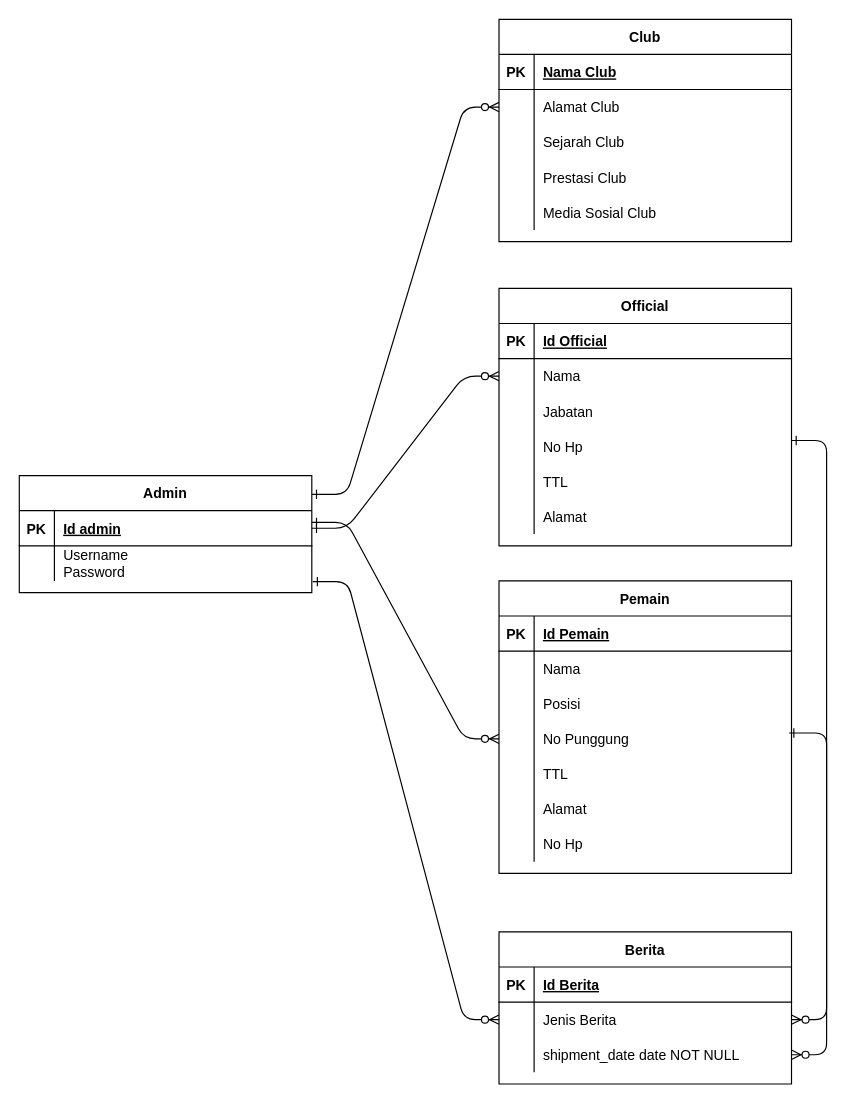
Earlier version of the draw.io diagram Pertemuan3/Untitled Diagram.drawio (rayhantsaury/IF214002). Source tidied: cells renumbered, new cells numbered last; positions are measured from the earlier drawing's top-left corner, leaving out a move shared by most shapes. Both pictures are drawn from the tidied source at 117%, with x=0, y=0 at pixel (19, 19).
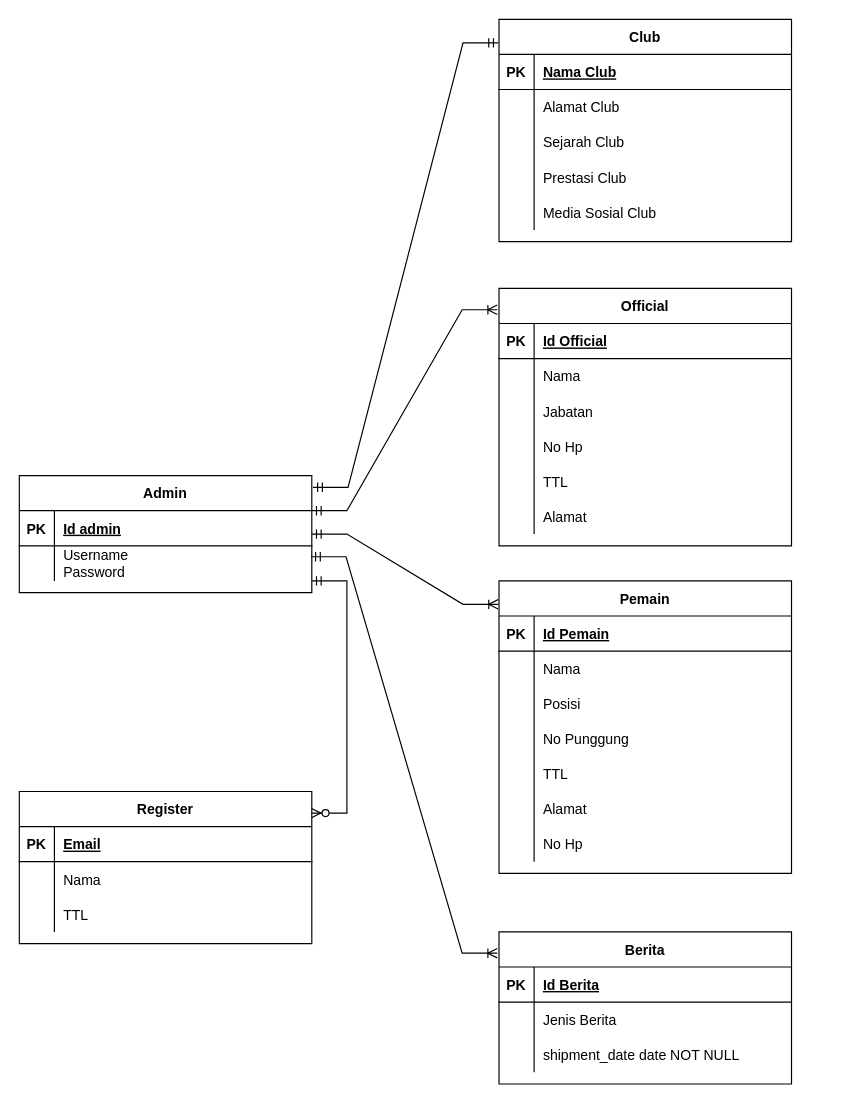
Above is the later version.

Unchanged cells that the change refers to:
```xml
<mxCell id="4" value="Club" style="shape=table;startSize=30;childLayout=tableLayout;rowLines=0;fontStyle=1;align=center;" parent="1" vertex="1">
  <mxGeometry x="410" width="250" height="190" as="geometry" />
</mxCell>
<mxCell id="8" style="shape=partialRectangle;fillColor=none;points=[[0,0.5],[1,0.5]];portConstraint=eastwest;top=0;left=0;right=0;bottom=0;" parent="4" vertex="1">
  <mxGeometry y="60" width="250" height="30" as="geometry" />
</mxCell>
<mxCell id="20" value="Official" style="shape=table;startSize=30;childLayout=tableLayout;rowLines=0;fontStyle=1;align=center;" parent="1" vertex="1">
  <mxGeometry x="410" y="230" width="250" height="220" as="geometry" />
</mxCell>
<mxCell id="24" style="shape=partialRectangle;fillColor=none;points=[[0,0.5],[1,0.5]];portConstraint=eastwest;top=0;left=0;right=0;bottom=0;" parent="20" vertex="1">
  <mxGeometry y="60" width="250" height="30" as="geometry" />
</mxCell>
<mxCell id="39" value="Admin" style="shape=table;startSize=30;childLayout=tableLayout;rowLines=0;fontStyle=1;align=center;" parent="1" vertex="1">
  <mxGeometry y="390" width="250" height="100" as="geometry" />
</mxCell>
<mxCell id="40" style="shape=partialRectangle;fillColor=none;points=[[0,0.5],[1,0.5]];portConstraint=eastwest;top=0;left=0;right=0;bottom=1;" parent="39" vertex="1">
  <mxGeometry y="30" width="250" height="30" as="geometry" />
</mxCell>
<mxCell id="43" style="shape=partialRectangle;fillColor=none;points=[[0,0.5],[1,0.5]];portConstraint=eastwest;top=0;left=0;right=0;bottom=0;" parent="39" vertex="1">
  <mxGeometry y="60" width="250" height="30" as="geometry" />
</mxCell>
<mxCell id="46" value="Berita" style="shape=table;startSize=30;childLayout=tableLayout;rowLines=0;fontStyle=1;align=center;" parent="1" vertex="1">
  <mxGeometry x="410" y="780" width="250" height="130" as="geometry" />
</mxCell>
<mxCell id="50" style="shape=partialRectangle;fillColor=none;points=[[0,0.5],[1,0.5]];portConstraint=eastwest;top=0;left=0;right=0;bottom=0;" parent="46" vertex="1">
  <mxGeometry y="60" width="250" height="30" as="geometry" />
</mxCell>
<mxCell id="53" style="shape=partialRectangle;fillColor=none;points=[[0,0.5],[1,0.5]];portConstraint=eastwest;top=0;left=0;right=0;bottom=0;" parent="46" vertex="1">
  <mxGeometry y="90" width="250" height="30" as="geometry" />
</mxCell>
<mxCell id="59" value="Pemain" style="shape=table;startSize=30;childLayout=tableLayout;rowLines=0;fontStyle=1;align=center;" parent="1" vertex="1">
  <mxGeometry x="410" y="480" width="250" height="250" as="geometry" />
</mxCell>
```

Diff of the diagram source:
```diff
@@
-    <mxCell id="2" style="edgeStyle=entityRelationEdgeStyle;endArrow=ERzeroToMany;startArrow=ERone;endFill=1;startFill=0;exitX=1;exitY=0.16;exitDx=0;exitDy=0;exitPerimeter=0;" parent="1" edge="1" source="39" target="8">
-      <mxGeometry relative="1" as="geometry" />
-    </mxCell>
-    <mxCell id="3" style="edgeStyle=entityRelationEdgeStyle;endArrow=ERzeroToMany;startArrow=ERone;endFill=1;startFill=0;entryX=1;entryY=0.5;entryDx=0;entryDy=0;" parent="1" edge="1" target="53">
-      <mxGeometry relative="1" as="geometry">
-        <mxPoint x="660" y="360" as="sourcePoint" />
-      </mxGeometry>
-    </mxCell>
@@
-    <mxCell id="56" style="edgeStyle=entityRelationEdgeStyle;endArrow=ERzeroToMany;startArrow=ERone;endFill=1;startFill=0;exitX=1;exitY=0.5;exitDx=0;exitDy=0;entryX=0;entryY=0.5;entryDx=0;entryDy=0;" parent="1" edge="1" source="40" target="24">
-      <mxGeometry relative="1" as="geometry" />
-    </mxCell>
-    <mxCell id="57" style="edgeStyle=entityRelationEdgeStyle;endArrow=ERzeroToMany;startArrow=ERone;endFill=1;startFill=0;entryX=0;entryY=0.5;entryDx=0;entryDy=0;" parent="1" edge="1">
-      <mxGeometry relative="1" as="geometry">
-        <mxPoint x="250" y="430" as="sourcePoint" />
-        <mxPoint x="410" y="615" as="targetPoint" />
-      </mxGeometry>
-    </mxCell>
-    <mxCell id="58" style="edgeStyle=entityRelationEdgeStyle;endArrow=ERzeroToMany;startArrow=ERone;endFill=1;startFill=0;exitX=1.003;exitY=1.022;exitDx=0;exitDy=0;entryX=0;entryY=0.5;entryDx=0;entryDy=0;exitPerimeter=0;" parent="1" edge="1" source="43" target="50">
-      <mxGeometry relative="1" as="geometry" />
-    </mxCell>
@@
-    <mxCell id="81" style="edgeStyle=entityRelationEdgeStyle;endArrow=ERzeroToMany;startArrow=ERone;endFill=1;startFill=0;" parent="1" edge="1" target="50">
-      <mxGeometry relative="1" as="geometry">
-        <mxPoint x="658" y="610" as="sourcePoint" />
-      </mxGeometry>
-    </mxCell>
+    <mxCell id="82" style="edgeStyle=entityRelationEdgeStyle;fontSize=12;html=1;endArrow=ERmandOne;startArrow=ERmandOne;rounded=0;entryX=-0.003;entryY=0.106;entryDx=0;entryDy=0;entryPerimeter=0;" parent="1" edge="1" target="4">
+      <mxGeometry relative="1" as="geometry">
+        <mxPoint x="251" y="400" as="sourcePoint" />
+      </mxGeometry>
+    </mxCell>
+    <mxCell id="83" style="edgeStyle=entityRelationEdgeStyle;fontSize=12;html=1;endArrow=ERoneToMany;startArrow=ERmandOne;rounded=0;entryX=-0.006;entryY=0.083;entryDx=0;entryDy=0;entryPerimeter=0;" parent="1" edge="1" target="20">
+      <mxGeometry relative="1" as="geometry">
+        <mxPoint x="250" y="420" as="sourcePoint" />
+      </mxGeometry>
+    </mxCell>
+    <mxCell id="84" style="edgeStyle=entityRelationEdgeStyle;fontSize=12;html=1;endArrow=ERoneToMany;startArrow=ERmandOne;rounded=0;entryX=-0.003;entryY=0.08;entryDx=0;entryDy=0;entryPerimeter=0;" parent="1" edge="1" target="59">
+      <mxGeometry relative="1" as="geometry">
+        <mxPoint x="250" y="440" as="sourcePoint" />
+      </mxGeometry>
+    </mxCell>
+    <mxCell id="85" style="edgeStyle=entityRelationEdgeStyle;fontSize=12;html=1;endArrow=ERoneToMany;startArrow=ERmandOne;rounded=0;entryX=-0.006;entryY=0.14;entryDx=0;entryDy=0;entryPerimeter=0;exitX=0.997;exitY=0.311;exitDx=0;exitDy=0;exitPerimeter=0;" parent="1" edge="1" source="43" target="46">
+      <mxGeometry relative="1" as="geometry" />
+    </mxCell>
+    <mxCell id="86" value="Register" style="shape=table;startSize=30;childLayout=tableLayout;rowLines=0;fontStyle=1;align=center;" parent="1" vertex="1">
+      <mxGeometry y="660" width="250" height="130" as="geometry" />
+    </mxCell>
+    <mxCell id="87" style="shape=partialRectangle;fillColor=none;top=0;left=0;right=0;bottom=1;" parent="86" vertex="1">
+      <mxGeometry y="30" width="250" height="30" as="geometry" />
+    </mxCell>
+    <mxCell id="88" value="PK" style="shape=partialRectangle;overflow=hidden;fillColor=none;top=0;left=0;bottom=0;right=0;fontStyle=1;" parent="87" vertex="1">
+      <mxGeometry width="30" height="30" as="geometry" />
+    </mxCell>
+    <mxCell id="89" value="Email" style="shape=partialRectangle;overflow=hidden;fillColor=none;top=0;left=0;bottom=0;right=0;align=left;spacingLeft=6;fontStyle=5;" parent="87" vertex="1">
+      <mxGeometry x="30" width="220" height="30" as="geometry" />
+    </mxCell>
+    <mxCell id="90" style="shape=partialRectangle;fillColor=none;top=0;left=0;right=0;bottom=0;" parent="86" vertex="1">
+      <mxGeometry y="60" width="250" height="30" as="geometry" />
+    </mxCell>
+    <mxCell id="91" style="shape=partialRectangle;overflow=hidden;fillColor=none;top=0;left=0;bottom=0;right=0;" parent="90" vertex="1">
+      <mxGeometry width="30" height="30" as="geometry" />
+    </mxCell>
+    <mxCell id="92" value="Nama" style="shape=partialRectangle;overflow=hidden;fillColor=none;top=0;left=0;bottom=0;right=0;align=left;spacingLeft=6;" parent="90" vertex="1">
+      <mxGeometry x="30" width="220" height="30" as="geometry" />
+    </mxCell>
+    <mxCell id="93" style="shape=partialRectangle;fillColor=none;top=0;left=0;right=0;bottom=0;" parent="86" vertex="1">
+      <mxGeometry y="90" width="250" height="30" as="geometry" />
+    </mxCell>
+    <mxCell id="94" style="shape=partialRectangle;overflow=hidden;fillColor=none;top=0;left=0;bottom=0;right=0;" parent="93" vertex="1">
+      <mxGeometry width="30" height="30" as="geometry" />
+    </mxCell>
+    <mxCell id="95" value="TTL" style="shape=partialRectangle;overflow=hidden;fillColor=none;top=0;left=0;bottom=0;right=0;align=left;spacingLeft=6;" parent="93" vertex="1">
+      <mxGeometry x="30" width="220" height="30" as="geometry" />
+    </mxCell>
+    <mxCell id="96" style="edgeStyle=entityRelationEdgeStyle;fontSize=12;html=1;endArrow=ERzeroToMany;startArrow=ERmandOne;rounded=0;entryX=0.999;entryY=0.142;entryDx=0;entryDy=0;entryPerimeter=0;" parent="1" edge="1" target="86">
+      <mxGeometry relative="1" as="geometry">
+        <mxPoint x="250" y="480" as="sourcePoint" />
+      </mxGeometry>
+    </mxCell>
```
